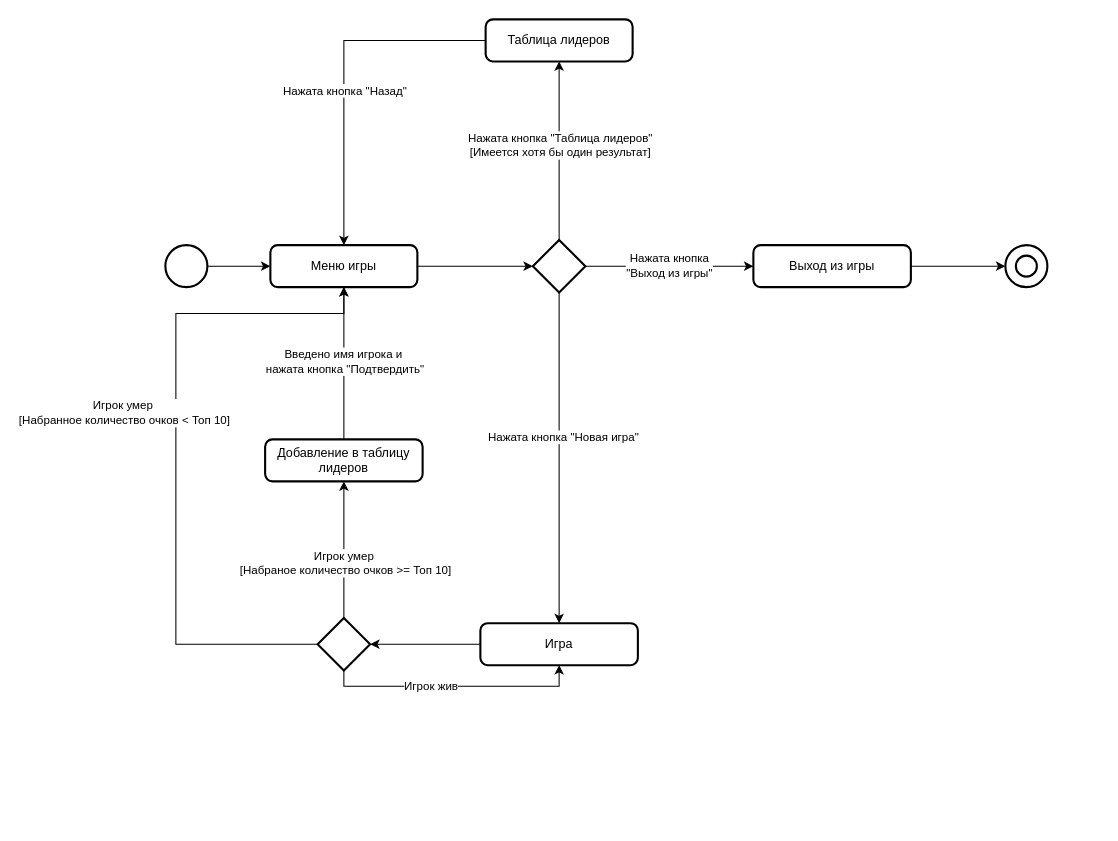
The draw.io diagram lab3.drawio in duahifnv/SystemsArchitecture, before the edit. Source tidied: cells renumbered, new cells numbered last; positions are measured from the earlier drawing's top-left corner, leaving out a move shared by most shapes. Both pictures are drawn from the tidied source at 105%, with x=0, y=0 at pixel (165, 19).
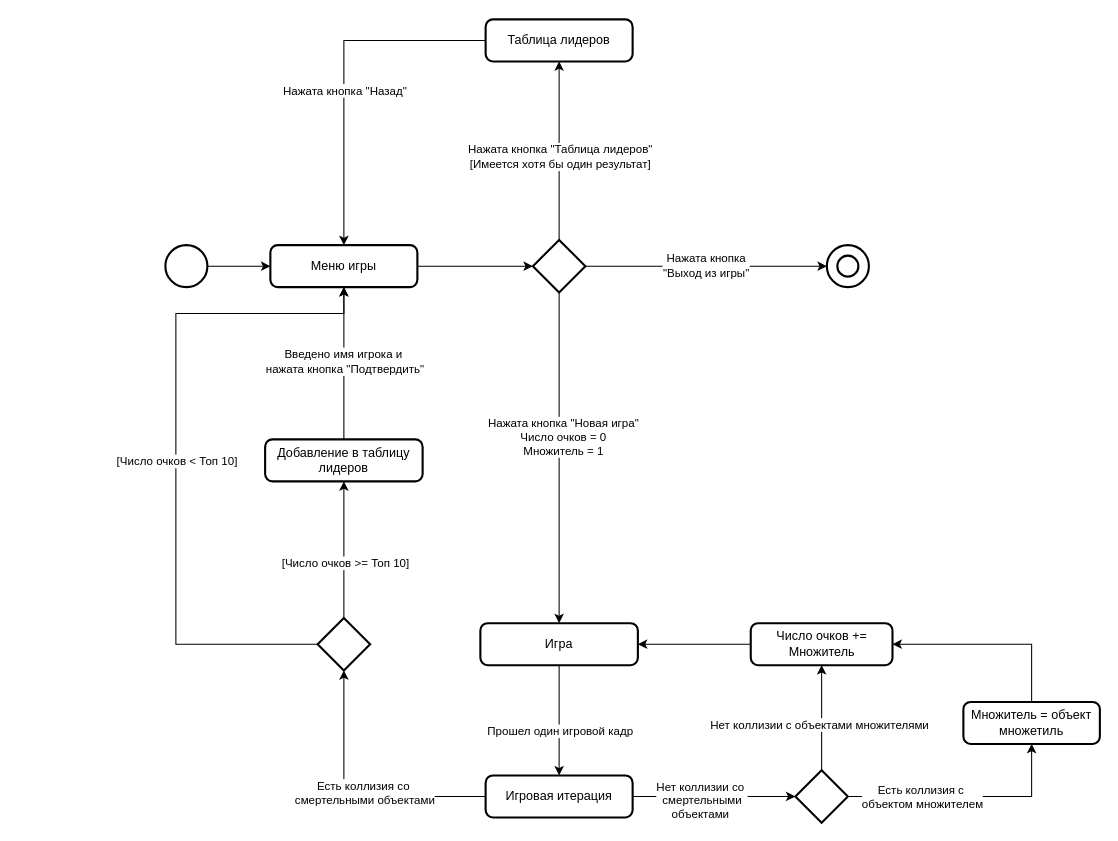
The same diagram, later.

Unchanged cells that the change refers to:
```xml
<mxCell id="5" value="Игра" style="rounded=1;whiteSpace=wrap;html=1;absoluteArcSize=1;arcSize=14;strokeWidth=2;" parent="1" vertex="1">
  <mxGeometry x="300" y="575" width="150" height="40" as="geometry" />
</mxCell>
<mxCell id="6" style="edgeStyle=orthogonalEdgeStyle;rounded=0;jettySize=auto;html=1;entryX=0.5;entryY=1;entryDx=0;entryDy=0;" parent="1" edge="1" source="12" target="17">
  <mxGeometry relative="1" as="geometry" />
</mxCell>
<mxCell id="8" style="edgeStyle=orthogonalEdgeStyle;rounded=0;jettySize=auto;html=1;entryX=0.5;entryY=0;entryDx=0;entryDy=0;" parent="1" edge="1" source="12" target="5">
  <mxGeometry relative="1" as="geometry" />
</mxCell>
<mxCell id="12" style="strokeWidth=2;html=1;shape=mxgraph.flowchart.decision;whiteSpace=wrap;" parent="1" vertex="1">
  <mxGeometry x="350" y="210" width="50" height="50" as="geometry" />
</mxCell>
<mxCell id="21" style="edgeStyle=orthogonalEdgeStyle;rounded=0;jettySize=auto;html=1;entryX=0.5;entryY=1;entryDx=0;entryDy=0;" parent="1" edge="1" source="25" target="4">
  <mxGeometry relative="1" as="geometry">
    <Array as="points">
      <mxPoint x="10" y="595" />
      <mxPoint x="10" y="280" />
      <mxPoint x="170" y="280" />
    </Array>
  </mxGeometry>
</mxCell>
<mxCell id="25" style="strokeWidth=2;html=1;shape=mxgraph.flowchart.decision;whiteSpace=wrap;" parent="1" vertex="1">
  <mxGeometry x="145" y="570" width="50" height="50" as="geometry" />
</mxCell>
<mxCell id="30" style="edgeStyle=orthogonalEdgeStyle;rounded=0;jettySize=auto;html=1;entryX=0.5;entryY=1;entryDx=0;entryDy=0;" parent="1" edge="1" source="25" target="29">
  <mxGeometry relative="1" as="geometry" />
</mxCell>
```

The edit, as a diff of the source:
```diff
@@
+    <mxCell id="33" style="edgeStyle=orthogonalEdgeStyle;rounded=0;jettySize=auto;html=1;entryX=0.5;entryY=0;entryDx=0;entryDy=0;" parent="1" edge="1" source="5" target="35">
+      <mxGeometry relative="1" as="geometry" />
+    </mxCell>
+    <mxCell id="34" value="Прошел один игровой кадр" style="edgeLabel;html=1;align=center;verticalAlign=middle;" parent="33" vertex="1">
+      <mxGeometry x="0.19" relative="1" as="geometry" />
+    </mxCell>
@@
     <mxCell id="7" value="Нажата кнопка &quot;Таблица лидеров&quot;&lt;div&gt;[Имеется хотя бы один результат]&lt;/div&gt;" style="edgeLabel;html=1;align=center;verticalAlign=middle;" parent="6" vertex="1">
       <mxGeometry x="0.16" y="4" relative="1" as="geometry">
-        <mxPoint x="4" y="8" as="offset" />
+        <mxPoint x="4" y="19" as="offset" />
       </mxGeometry>
     </mxCell>
@@
-    <mxCell id="9" value="Нажата кнопка &quot;Новая игра&quot;" style="edgeLabel;html=1;align=center;verticalAlign=middle;" parent="8" vertex="1">
+    <mxCell id="9" value="Нажата кнопка &quot;Новая игра&quot;&lt;div&gt;Число очков = 0&lt;/div&gt;&lt;div&gt;Множитель = 1&lt;/div&gt;" style="edgeLabel;html=1;align=center;verticalAlign=middle;" parent="8" vertex="1">
       <mxGeometry x="-0.13" y="3" relative="1" as="geometry" />
     </mxCell>
-    <mxCell id="10" style="edgeStyle=orthogonalEdgeStyle;rounded=0;jettySize=auto;html=1;entryX=0;entryY=0.5;entryDx=0;entryDy=0;" parent="1" edge="1" source="12" target="14">
+    <mxCell id="10" style="edgeStyle=orthogonalEdgeStyle;rounded=0;jettySize=auto;html=1;entryX=0;entryY=0.5;entryDx=0;entryDy=0;entryPerimeter=0;" parent="1" edge="1" source="12" target="18">
       <mxGeometry relative="1" as="geometry" />
     </mxCell>
@@
-    <mxCell id="14" value="Выход из игры" style="rounded=1;whiteSpace=wrap;html=1;absoluteArcSize=1;arcSize=14;strokeWidth=2;" parent="1" vertex="1">
-      <mxGeometry x="560" y="215" width="150" height="40" as="geometry" />
-    </mxCell>
@@
     <mxCell id="18" style="strokeWidth=2;html=1;shape=mxgraph.flowchart.start_2;whiteSpace=wrap;" parent="1" vertex="1">
-      <mxGeometry x="800" y="215" width="40" height="40" as="geometry" />
+      <mxGeometry x="630" y="215" width="40" height="40" as="geometry" />
     </mxCell>
     <mxCell id="19" style="strokeWidth=2;html=1;shape=mxgraph.flowchart.start_2;whiteSpace=wrap;" parent="1" vertex="1">
-      <mxGeometry x="810" y="225" width="20" height="20" as="geometry" />
+      <mxGeometry x="640" y="225" width="20" height="20" as="geometry" />
     </mxCell>
-    <mxCell id="20" style="edgeStyle=orthogonalEdgeStyle;rounded=0;jettySize=auto;html=1;entryX=0;entryY=0.5;entryDx=0;entryDy=0;entryPerimeter=0;" parent="1" edge="1" source="14" target="18">
-      <mxGeometry relative="1" as="geometry" />
-    </mxCell>
@@
-    <mxCell id="22" value="Игрок умер&amp;nbsp;&lt;div&gt;[Набранное количество очков &amp;lt; Топ 10]&lt;/div&gt;" style="edgeLabel;html=1;align=center;verticalAlign=middle;" parent="21" vertex="1">
+    <mxCell id="22" value="&lt;div&gt;[Число очков &amp;lt; Топ 10]&lt;/div&gt;" style="edgeLabel;html=1;align=center;verticalAlign=middle;" parent="21" vertex="1">
       <mxGeometry x="-0.1" relative="1" as="geometry">
-        <mxPoint x="-50" y="-70" as="offset" />
+        <mxPoint y="-24" as="offset" />
       </mxGeometry>
     </mxCell>
-    <mxCell id="23" style="edgeStyle=orthogonalEdgeStyle;rounded=0;jettySize=auto;html=1;entryX=0.5;entryY=1;entryDx=0;entryDy=0;" parent="1" edge="1" source="25" target="5">
-      <mxGeometry relative="1" as="geometry">
-        <Array as="points">
-          <mxPoint x="170" y="635" />
-          <mxPoint x="375" y="635" />
-        </Array>
-      </mxGeometry>
-    </mxCell>
-    <mxCell id="24" value="Игрок жив" style="edgeLabel;html=1;align=center;verticalAlign=middle;" parent="23" vertex="1">
-      <mxGeometry x="-0.19" y="1" relative="1" as="geometry" />
-    </mxCell>
@@
-    <mxCell id="26" style="edgeStyle=orthogonalEdgeStyle;rounded=0;jettySize=auto;html=1;entryX=1;entryY=0.5;entryDx=0;entryDy=0;entryPerimeter=0;" parent="1" edge="1" source="5" target="25">
-      <mxGeometry relative="1" as="geometry" />
-    </mxCell>
@@
-    <mxCell id="31" value="Игрок умер&lt;div&gt;&amp;nbsp;[Набраное количество очков &amp;gt;= Топ 10]&lt;/div&gt;" style="edgeLabel;html=1;align=center;verticalAlign=middle;" parent="30" vertex="1">
+    <mxCell id="31" value="&lt;div&gt;&amp;nbsp;[Число очков &amp;gt;= Топ 10]&lt;/div&gt;" style="edgeLabel;html=1;align=center;verticalAlign=middle;" parent="30" vertex="1">
       <mxGeometry x="-0.19" y="1" relative="1" as="geometry" />
     </mxCell>
-    <mxCell id="32" style="edgeStyle=orthogonalEdgeStyle;rounded=0;orthogonalLoop=1;jettySize=auto;html=1;exitX=0.5;exitY=1;exitDx=0;exitDy=0;" parent="1" edge="1" source="14" target="14">
-      <mxGeometry relative="1" as="geometry" />
+    <mxCell id="32" style="edgeStyle=orthogonalEdgeStyle;rounded=0;orthogonalLoop=1;jettySize=auto;html=1;exitX=0.5;exitY=1;exitDx=0;exitDy=0;" parent="1" edge="1">
+      <mxGeometry relative="1" as="geometry">
+        <mxPoint x="635" y="255" as="sourcePoint" />
+        <mxPoint x="635" y="255" as="targetPoint" />
+      </mxGeometry>
     </mxCell>
+    <mxCell id="35" value="Игровая итерация" style="rounded=1;whiteSpace=wrap;html=1;absoluteArcSize=1;arcSize=14;strokeWidth=2;" parent="1" vertex="1">
+      <mxGeometry x="305" y="720" width="140" height="40" as="geometry" />
+    </mxCell>
+    <mxCell id="36" style="edgeStyle=orthogonalEdgeStyle;rounded=0;jettySize=auto;html=1;entryX=0.5;entryY=1;entryDx=0;entryDy=0;entryPerimeter=0;" parent="1" edge="1" source="35" target="25">
+      <mxGeometry relative="1" as="geometry" />
+    </mxCell>
+    <mxCell id="37" value="Есть коллизия со&amp;nbsp;&lt;div&gt;смертельными объектами&lt;/div&gt;" style="edgeLabel;html=1;align=center;verticalAlign=middle;" parent="36" vertex="1">
+      <mxGeometry x="-0.09" y="-4" relative="1" as="geometry" />
+    </mxCell>
+    <mxCell id="38" style="edgeStyle=orthogonalEdgeStyle;rounded=0;jettySize=auto;html=1;exitX=0.5;exitY=0;exitDx=0;exitDy=0;exitPerimeter=0;entryX=0.5;entryY=1;entryDx=0;entryDy=0;" parent="1" edge="1" source="42" target="46">
+      <mxGeometry relative="1" as="geometry" />
+    </mxCell>
+    <mxCell id="39" value="Нет коллизии с объектами множителями" style="edgeLabel;html=1;align=center;verticalAlign=middle;" parent="38" vertex="1">
+      <mxGeometry x="-0.12" y="3" relative="1" as="geometry" />
+    </mxCell>
+    <mxCell id="40" style="edgeStyle=orthogonalEdgeStyle;rounded=0;jettySize=auto;html=1;entryX=0.5;entryY=1;entryDx=0;entryDy=0;" parent="1" edge="1" source="42" target="48">
+      <mxGeometry relative="1" as="geometry" />
+    </mxCell>
+    <mxCell id="41" value="Есть коллизия с&amp;nbsp;&lt;div&gt;объектом множителем&lt;/div&gt;" style="edgeLabel;html=1;align=center;verticalAlign=middle;" parent="40" vertex="1">
+      <mxGeometry x="-0.63" relative="1" as="geometry">
+        <mxPoint x="28" as="offset" />
+      </mxGeometry>
+    </mxCell>
+    <mxCell id="42" style="strokeWidth=2;html=1;shape=mxgraph.flowchart.decision;whiteSpace=wrap;" parent="1" vertex="1">
+      <mxGeometry x="600" y="715" width="50" height="50" as="geometry" />
+    </mxCell>
+    <mxCell id="43" style="edgeStyle=orthogonalEdgeStyle;rounded=0;jettySize=auto;html=1;exitX=1;exitY=0.5;exitDx=0;exitDy=0;entryX=0;entryY=0.5;entryDx=0;entryDy=0;entryPerimeter=0;" parent="1" edge="1" source="35" target="42">
+      <mxGeometry relative="1" as="geometry" />
+    </mxCell>
+    <mxCell id="44" value="Нет коллизии со&amp;nbsp;&lt;div&gt;смертельными&lt;div&gt;объектами&amp;nbsp;&lt;/div&gt;&lt;/div&gt;" style="edgeLabel;html=1;align=center;verticalAlign=middle;" parent="43" vertex="1">
+      <mxGeometry x="-0.16" y="-3" relative="1" as="geometry" />
+    </mxCell>
+    <mxCell id="45" style="edgeStyle=orthogonalEdgeStyle;rounded=0;jettySize=auto;html=1;exitX=0;exitY=0.5;exitDx=0;exitDy=0;entryX=1;entryY=0.5;entryDx=0;entryDy=0;" parent="1" edge="1" source="46" target="5">
+      <mxGeometry relative="1" as="geometry" />
+    </mxCell>
+    <mxCell id="46" value="Число очков += Множитель" style="rounded=1;whiteSpace=wrap;html=1;absoluteArcSize=1;arcSize=14;strokeWidth=2;" parent="1" vertex="1">
+      <mxGeometry x="557.5" y="575" width="135" height="40" as="geometry" />
+    </mxCell>
+    <mxCell id="47" style="edgeStyle=orthogonalEdgeStyle;rounded=0;jettySize=auto;html=1;exitX=0.5;exitY=0;exitDx=0;exitDy=0;entryX=1;entryY=0.5;entryDx=0;entryDy=0;" parent="1" edge="1" source="48" target="46">
+      <mxGeometry relative="1" as="geometry" />
+    </mxCell>
+    <mxCell id="48" value="Множитель = объект множетиль" style="rounded=1;whiteSpace=wrap;html=1;absoluteArcSize=1;arcSize=14;strokeWidth=2;" parent="1" vertex="1">
+      <mxGeometry x="760" y="650" width="130" height="40" as="geometry" />
+    </mxCell>
```
